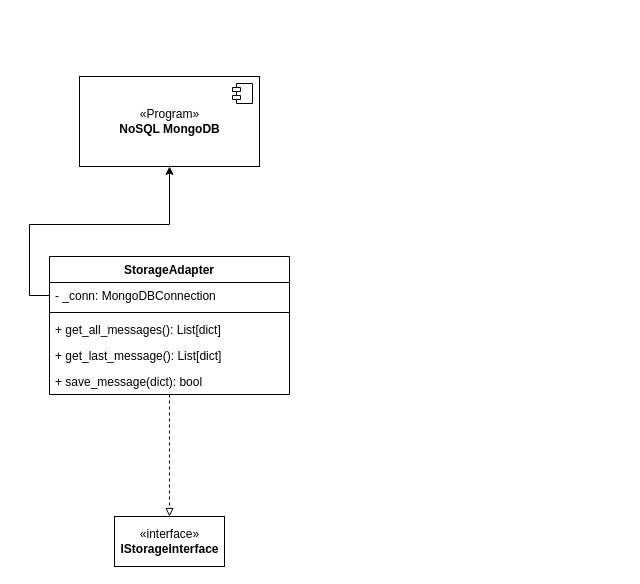
Before: page "storage_subsystem" (3 of 3) of docs/schemes/classes/ClassDiagram.drawio in Kirkirillka/GPS_Tracker, a draw.io diagram. Source tidied: cells renumbered, new cells numbered last; positions are measured from the earlier drawing's top-left corner, leaving out a move shared by most shapes. Both pictures are drawn from the tidied source at 100%, with x=0, y=0 at pixel (49, 76).
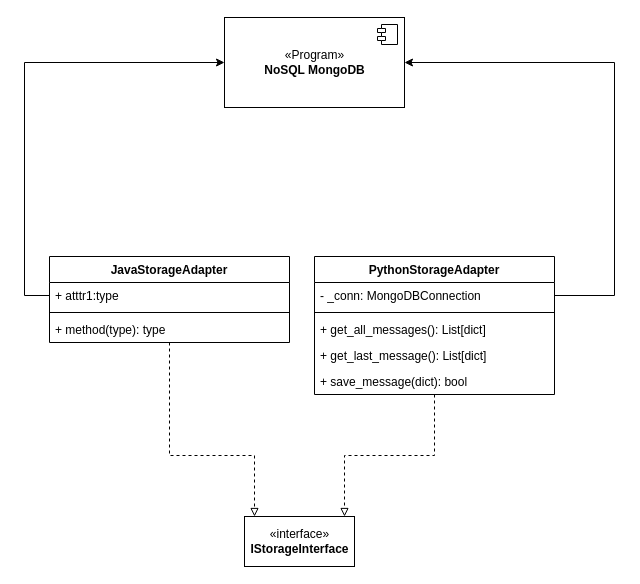
After the change.

Commit message (it also covers changes not shown here):
IStorageAdapter is now an general interface - PythonStorageAdapter and JavaStorageAdapter should be implemented.

Change to the diagram source:
```diff
@@
     <mxCell id="2" style="edgeStyle=orthogonalEdgeStyle;rounded=0;jettySize=auto;html=1;dashed=1;endArrow=block;endFill=0;" parent="1" edge="1" source="3" target="9">
-      <mxGeometry relative="1" as="geometry" />
+      <mxGeometry relative="1" as="geometry">
+        <Array as="points">
+          <mxPoint x="120" y="379" />
+          <mxPoint x="205" y="379" />
+        </Array>
+      </mxGeometry>
     </mxCell>
-    <mxCell id="3" value="StorageAdapter" style="swimlane;fontStyle=1;align=center;verticalAlign=top;horizontal=1;startSize=26;" parent="1" vertex="1">
-      <mxGeometry y="180" width="240" height="138" as="geometry" />
+    <mxCell id="3" value="JavaStorageAdapter" style="swimlane;fontStyle=1;align=center;verticalAlign=top;horizontal=1;startSize=26;" parent="1" vertex="1">
+      <mxGeometry y="180" width="240" height="86" as="geometry" />
     </mxCell>
-    <mxCell id="4" value="- _conn: MongoDBConnection" style="text;strokeColor=none;fillColor=none;align=left;verticalAlign=top;spacingLeft=4;spacingRight=4;overflow=hidden;points=[[0,0.5],[1,0.5]];portConstraint=eastwest;" parent="3" vertex="1">
+    <mxCell id="4" value="+ atttr1:type" style="text;strokeColor=none;fillColor=none;align=left;verticalAlign=top;spacingLeft=4;spacingRight=4;overflow=hidden;points=[[0,0.5],[1,0.5]];portConstraint=eastwest;" parent="3" vertex="1">
       <mxGeometry y="26" width="240" height="26" as="geometry" />
     </mxCell>
@@
-    <mxCell id="6" value="+ get_all_messages(): List[dict]" style="text;strokeColor=none;fillColor=none;align=left;verticalAlign=top;spacingLeft=4;spacingRight=4;overflow=hidden;" parent="3" vertex="1">
+    <mxCell id="6" value="+ method(type): type" style="text;strokeColor=none;fillColor=none;align=left;verticalAlign=top;spacingLeft=4;spacingRight=4;overflow=hidden;" parent="3" vertex="1">
       <mxGeometry y="60" width="240" height="26" as="geometry" />
     </mxCell>
-    <mxCell id="7" value="+ get_last_message(): List[dict]" style="text;strokeColor=none;fillColor=none;align=left;verticalAlign=top;spacingLeft=4;spacingRight=4;overflow=hidden;" parent="3" vertex="1">
-      <mxGeometry y="86" width="240" height="26" as="geometry" />
-    </mxCell>
-    <mxCell id="8" value="+ save_message(dict): bool" style="text;strokeColor=none;fillColor=none;align=left;verticalAlign=top;spacingLeft=4;spacingRight=4;overflow=hidden;" parent="3" vertex="1">
-      <mxGeometry y="112" width="240" height="26" as="geometry" />
-    </mxCell>
     <mxCell id="9" value="«interface»&lt;br&gt;&lt;b&gt;IStorageInterface&lt;/b&gt;" style="html=1;" parent="1" vertex="1">
-      <mxGeometry x="65" y="440" width="110" height="50" as="geometry" />
+      <mxGeometry x="195" y="440" width="110" height="50" as="geometry" />
     </mxCell>
     <mxCell id="10" value="«Program»&lt;br&gt;&lt;b&gt;NoSQL MongoDB&lt;/b&gt;" style="html=1;" parent="1" vertex="1">
-      <mxGeometry x="30" width="180" height="90" as="geometry" />
+      <mxGeometry x="175" y="-59" width="180" height="90" as="geometry" />
     </mxCell>
@@
     <mxCell id="12" style="edgeStyle=orthogonalEdgeStyle;rounded=0;jettySize=auto;html=1;endArrow=classic;endFill=1;strokeColor=#000000;" parent="1" edge="1" source="4" target="10">
-      <mxGeometry relative="1" as="geometry" />
+      <mxGeometry relative="1" as="geometry">
+        <Array as="points">
+          <mxPoint x="-25" y="219" />
+          <mxPoint x="-25" y="-14" />
+        </Array>
+      </mxGeometry>
     </mxCell>
+    <mxCell id="13" value="PythonStorageAdapter" style="swimlane;fontStyle=1;align=center;verticalAlign=top;horizontal=1;startSize=26;" parent="1" vertex="1">
+      <mxGeometry x="265" y="180" width="240" height="138" as="geometry" />
+    </mxCell>
+    <mxCell id="14" value="- _conn: MongoDBConnection" style="text;strokeColor=none;fillColor=none;align=left;verticalAlign=top;spacingLeft=4;spacingRight=4;overflow=hidden;points=[[0,0.5],[1,0.5]];portConstraint=eastwest;" parent="13" vertex="1">
+      <mxGeometry y="26" width="240" height="26" as="geometry" />
+    </mxCell>
+    <mxCell id="15" style="line;strokeWidth=1;fillColor=none;align=left;verticalAlign=middle;spacingTop=-1;spacingLeft=3;spacingRight=3;labelPosition=right;" parent="13" vertex="1">
+      <mxGeometry y="52" width="240" height="8" as="geometry" />
+    </mxCell>
+    <mxCell id="16" value="+ get_all_messages(): List[dict]" style="text;strokeColor=none;fillColor=none;align=left;verticalAlign=top;spacingLeft=4;spacingRight=4;overflow=hidden;" parent="13" vertex="1">
+      <mxGeometry y="60" width="240" height="26" as="geometry" />
+    </mxCell>
+    <mxCell id="7" value="+ get_last_message(): List[dict]" style="text;strokeColor=none;fillColor=none;align=left;verticalAlign=top;spacingLeft=4;spacingRight=4;overflow=hidden;" parent="13" vertex="1">
+      <mxGeometry y="86" width="240" height="26" as="geometry" />
+    </mxCell>
+    <mxCell id="8" value="+ save_message(dict): bool" style="text;strokeColor=none;fillColor=none;align=left;verticalAlign=top;spacingLeft=4;spacingRight=4;overflow=hidden;" parent="13" vertex="1">
+      <mxGeometry y="112" width="240" height="26" as="geometry" />
+    </mxCell>
+    <mxCell id="17" style="edgeStyle=orthogonalEdgeStyle;rounded=0;jettySize=auto;html=1;" parent="1" edge="1" source="14" target="10">
+      <mxGeometry relative="1" as="geometry">
+        <Array as="points">
+          <mxPoint x="565" y="219" />
+          <mxPoint x="565" y="-14" />
+        </Array>
+      </mxGeometry>
+    </mxCell>
+    <mxCell id="18" style="edgeStyle=orthogonalEdgeStyle;rounded=0;jettySize=auto;html=1;dashed=1;endArrow=block;endFill=0;" parent="1" edge="1" source="13" target="9">
+      <mxGeometry relative="1" as="geometry">
+        <Array as="points">
+          <mxPoint x="385" y="379" />
+          <mxPoint x="295" y="379" />
+        </Array>
+      </mxGeometry>
+    </mxCell>
```
